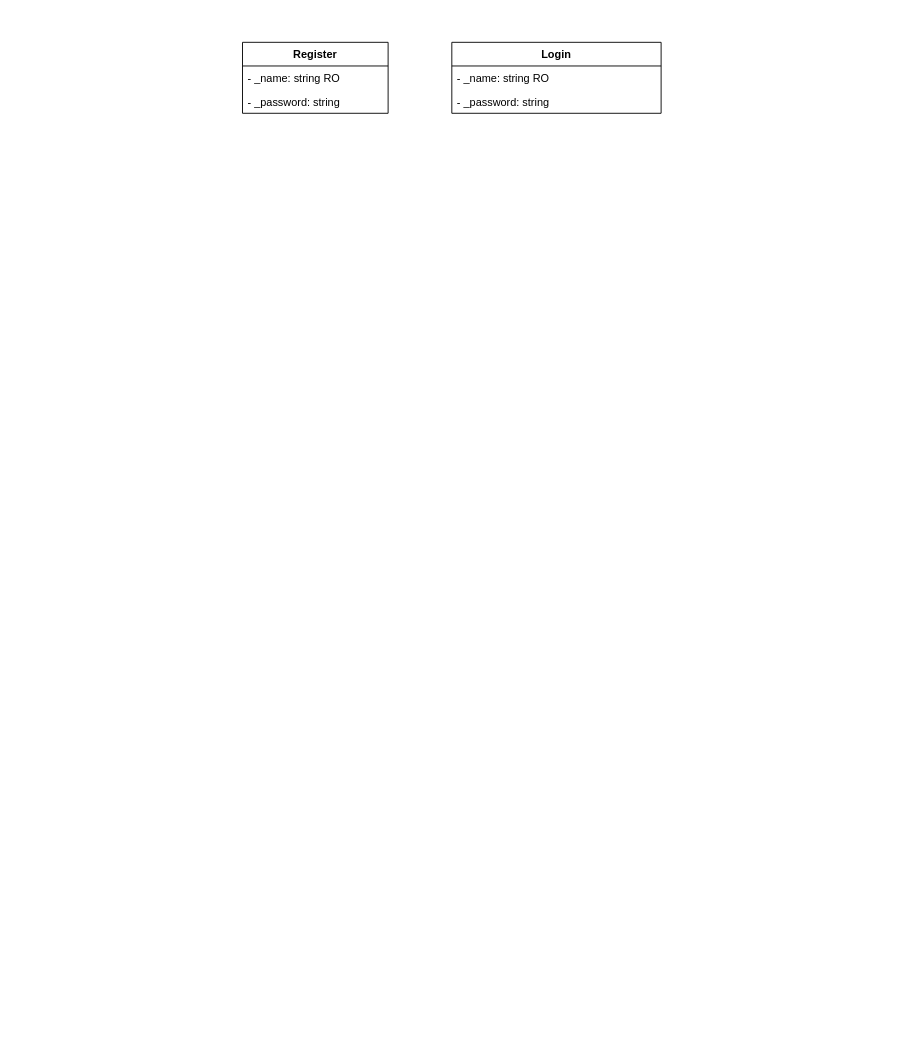
Before: Namnlöst diagram.drawio in MagSandberg/Lab2-EnSimpelButik, a draw.io diagram. Source tidied: cells renumbered, new cells numbered last; positions are measured from the earlier drawing's top-left corner, leaving out a move shared by most shapes. Both pictures are drawn from the tidied source at 91%, with x=0, y=0 at pixel (242, 42).
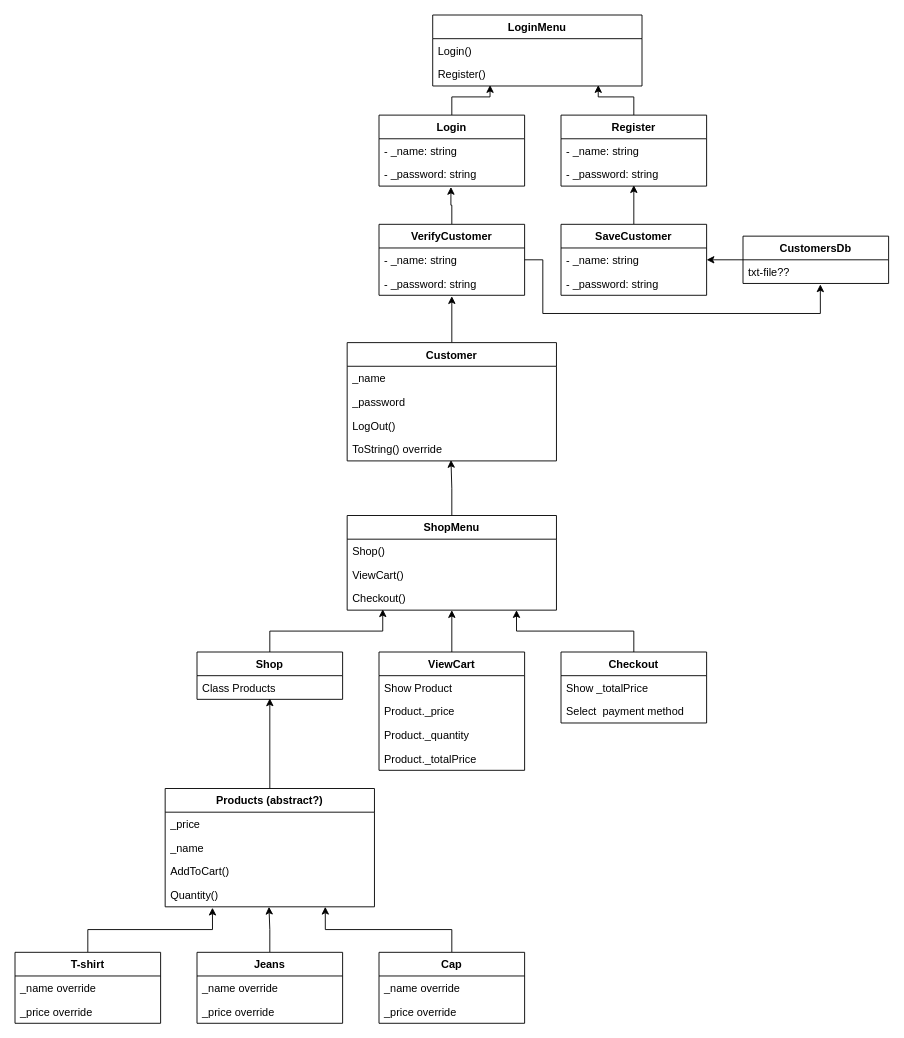
After the change.

The change refers to these unchanged cells:
```xml
<mxCell id="7" value="- _password: string" style="text;strokeColor=none;fillColor=none;align=left;verticalAlign=top;spacingLeft=4;spacingRight=4;overflow=hidden;points=[[0,0.5],[1,0.5]];portConstraint=eastwest;" parent="5" vertex="1">
  <mxGeometry y="52" width="160" height="26" as="geometry" />
</mxCell>
```

Change to the diagram source:
```diff
@@
-    <mxCell id="2" value="Login" style="swimlane;fontStyle=1;align=center;verticalAlign=top;horizontal=1;startSize=26;" parent="1" vertex="1">
-      <mxGeometry x="230" width="230" height="78" as="geometry" />
+    <mxCell id="2" value="LoginMenu" style="swimlane;fontStyle=1;align=center;verticalAlign=top;horizontal=1;startSize=26;" parent="1" vertex="1">
+      <mxGeometry x="209" y="-30" width="230" height="78" as="geometry" />
     </mxCell>
-    <mxCell id="3" value="- _name: string RO" style="text;strokeColor=none;fillColor=none;align=left;verticalAlign=top;spacingLeft=4;spacingRight=4;overflow=hidden;" parent="2" vertex="1">
+    <mxCell id="3" value="Login()" style="text;strokeColor=none;fillColor=none;align=left;verticalAlign=top;spacingLeft=4;spacingRight=4;overflow=hidden;" parent="2" vertex="1">
       <mxGeometry y="26" width="230" height="26" as="geometry" />
     </mxCell>
-    <mxCell id="4" value="- _password: string" style="text;strokeColor=none;fillColor=none;align=left;verticalAlign=top;spacingLeft=4;spacingRight=4;overflow=hidden;points=[[0,0.5],[1,0.5]];portConstraint=eastwest;" parent="2" vertex="1">
+    <mxCell id="4" value="Register()" style="text;strokeColor=none;fillColor=none;align=left;verticalAlign=top;spacingLeft=4;spacingRight=4;overflow=hidden;points=[[0,0.5],[1,0.5]];portConstraint=eastwest;" parent="2" vertex="1">
       <mxGeometry y="52" width="230" height="26" as="geometry" />
     </mxCell>
+    <mxCell id="8" style="edgeStyle=orthogonalEdgeStyle;rounded=0;jettySize=auto;html=1;entryX=0.791;entryY=0.962;entryDx=0;entryDy=0;entryPerimeter=0;" parent="1" edge="1" source="5" target="4">
+      <mxGeometry relative="1" as="geometry" />
+    </mxCell>
     <mxCell id="5" value="Register" style="swimlane;fontStyle=1;align=center;verticalAlign=top;horizontal=1;startSize=26;" parent="1" vertex="1">
-      <mxGeometry width="160" height="78" as="geometry" />
+      <mxGeometry x="350" y="80" width="160" height="78" as="geometry" />
     </mxCell>
-    <mxCell id="6" value="- _name: string RO" style="text;strokeColor=none;fillColor=none;align=left;verticalAlign=top;spacingLeft=4;spacingRight=4;overflow=hidden;" parent="5" vertex="1">
+    <mxCell id="6" value="- _name: string" style="text;strokeColor=none;fillColor=none;align=left;verticalAlign=top;spacingLeft=4;spacingRight=4;overflow=hidden;" parent="5" vertex="1">
       <mxGeometry y="26" width="160" height="26" as="geometry" />
     </mxCell>
@@
+    <mxCell id="9" style="edgeStyle=orthogonalEdgeStyle;rounded=0;jettySize=auto;html=1;entryX=0.274;entryY=0.962;entryDx=0;entryDy=0;entryPerimeter=0;" parent="1" edge="1" source="10" target="4">
+      <mxGeometry relative="1" as="geometry" />
+    </mxCell>
+    <mxCell id="10" value="Login" style="swimlane;fontStyle=1;align=center;verticalAlign=top;horizontal=1;startSize=26;" parent="1" vertex="1">
+      <mxGeometry x="150" y="80" width="160" height="78" as="geometry" />
+    </mxCell>
+    <mxCell id="11" value="- _name: string" style="text;strokeColor=none;fillColor=none;align=left;verticalAlign=top;spacingLeft=4;spacingRight=4;overflow=hidden;" parent="10" vertex="1">
+      <mxGeometry y="26" width="160" height="26" as="geometry" />
+    </mxCell>
+    <mxCell id="12" value="- _password: string" style="text;strokeColor=none;fillColor=none;align=left;verticalAlign=top;spacingLeft=4;spacingRight=4;overflow=hidden;points=[[0,0.5],[1,0.5]];portConstraint=eastwest;" parent="10" vertex="1">
+      <mxGeometry y="52" width="160" height="26" as="geometry" />
+    </mxCell>
+    <mxCell id="13" style="edgeStyle=orthogonalEdgeStyle;rounded=0;jettySize=auto;html=1;entryX=0.5;entryY=0.962;entryDx=0;entryDy=0;entryPerimeter=0;" parent="1" edge="1" source="14" target="7">
+      <mxGeometry relative="1" as="geometry" />
+    </mxCell>
+    <mxCell id="14" value="SaveCustomer" style="swimlane;fontStyle=1;align=center;verticalAlign=top;horizontal=1;startSize=26;" parent="1" vertex="1">
+      <mxGeometry x="350" y="200" width="160" height="78" as="geometry" />
+    </mxCell>
+    <mxCell id="15" value="- _name: string" style="text;strokeColor=none;fillColor=none;align=left;verticalAlign=top;spacingLeft=4;spacingRight=4;overflow=hidden;points=[[0,0.5],[1,0.5]];portConstraint=eastwest;" parent="14" vertex="1">
+      <mxGeometry y="26" width="160" height="26" as="geometry" />
+    </mxCell>
+    <mxCell id="16" value="- _password: string" style="text;strokeColor=none;fillColor=none;align=left;verticalAlign=top;spacingLeft=4;spacingRight=4;overflow=hidden;" parent="14" vertex="1">
+      <mxGeometry y="52" width="160" height="26" as="geometry" />
+    </mxCell>
+    <mxCell id="17" style="edgeStyle=orthogonalEdgeStyle;rounded=0;jettySize=auto;html=1;entryX=0.494;entryY=1.038;entryDx=0;entryDy=0;entryPerimeter=0;" parent="1" edge="1" source="19" target="12">
+      <mxGeometry relative="1" as="geometry" />
+    </mxCell>
+    <mxCell id="18" style="edgeStyle=orthogonalEdgeStyle;rounded=0;jettySize=auto;html=1;entryX=0.531;entryY=1.038;entryDx=0;entryDy=0;entryPerimeter=0;" parent="1" edge="1" source="19" target="66">
+      <mxGeometry relative="1" as="geometry">
+        <Array as="points">
+          <mxPoint x="330" y="239" />
+          <mxPoint x="330" y="298" />
+          <mxPoint x="635" y="298" />
+        </Array>
+      </mxGeometry>
+    </mxCell>
+    <mxCell id="19" value="VerifyCustomer" style="swimlane;fontStyle=1;align=center;verticalAlign=top;horizontal=1;startSize=26;" parent="1" vertex="1">
+      <mxGeometry x="150" y="200" width="160" height="78" as="geometry" />
+    </mxCell>
+    <mxCell id="20" value="- _name: string" style="text;strokeColor=none;fillColor=none;align=left;verticalAlign=top;spacingLeft=4;spacingRight=4;overflow=hidden;" parent="19" vertex="1">
+      <mxGeometry y="26" width="160" height="26" as="geometry" />
+    </mxCell>
+    <mxCell id="21" value="- _password: string" style="text;strokeColor=none;fillColor=none;align=left;verticalAlign=top;spacingLeft=4;spacingRight=4;overflow=hidden;points=[[0,0.5],[1,0.5]];portConstraint=eastwest;" parent="19" vertex="1">
+      <mxGeometry y="52" width="160" height="26" as="geometry" />
+    </mxCell>
+    <mxCell id="22" style="edgeStyle=orthogonalEdgeStyle;rounded=0;jettySize=auto;html=1;entryX=0.496;entryY=0.962;entryDx=0;entryDy=0;entryPerimeter=0;" parent="1" edge="1" source="23" target="63">
+      <mxGeometry relative="1" as="geometry" />
+    </mxCell>
+    <mxCell id="23" value="ShopMenu" style="swimlane;fontStyle=1;align=center;verticalAlign=top;horizontal=1;startSize=26;" parent="1" vertex="1">
+      <mxGeometry x="115" y="520" width="230" height="104" as="geometry" />
+    </mxCell>
+    <mxCell id="24" value="Shop()" style="text;strokeColor=none;fillColor=none;align=left;verticalAlign=top;spacingLeft=4;spacingRight=4;overflow=hidden;" parent="23" vertex="1">
+      <mxGeometry y="26" width="230" height="26" as="geometry" />
+    </mxCell>
+    <mxCell id="25" value="ViewCart()" style="text;strokeColor=none;fillColor=none;align=left;verticalAlign=top;spacingLeft=4;spacingRight=4;overflow=hidden;" parent="23" vertex="1">
+      <mxGeometry y="52" width="230" height="26" as="geometry" />
+    </mxCell>
+    <mxCell id="26" value="Checkout()" style="text;strokeColor=none;fillColor=none;align=left;verticalAlign=top;spacingLeft=4;spacingRight=4;overflow=hidden;points=[[0,0.5],[1,0.5]];portConstraint=eastwest;" parent="23" vertex="1">
+      <mxGeometry y="78" width="230" height="26" as="geometry" />
+    </mxCell>
+    <mxCell id="27" style="edgeStyle=orthogonalEdgeStyle;rounded=0;jettySize=auto;html=1;entryX=0.5;entryY=1;entryDx=0;entryDy=0;entryPerimeter=0;" parent="1" edge="1" source="28" target="26">
+      <mxGeometry relative="1" as="geometry" />
+    </mxCell>
+    <mxCell id="28" value="ViewCart" style="swimlane;fontStyle=1;align=center;verticalAlign=top;horizontal=1;startSize=26;" parent="1" vertex="1">
+      <mxGeometry x="150" y="670" width="160" height="130" as="geometry" />
+    </mxCell>
+    <mxCell id="29" value="Show Product" style="text;strokeColor=none;fillColor=none;align=left;verticalAlign=top;spacingLeft=4;spacingRight=4;overflow=hidden;" parent="28" vertex="1">
+      <mxGeometry y="26" width="160" height="26" as="geometry" />
+    </mxCell>
+    <mxCell id="30" value="Product._price" style="text;strokeColor=none;fillColor=none;align=left;verticalAlign=top;spacingLeft=4;spacingRight=4;overflow=hidden;" parent="28" vertex="1">
+      <mxGeometry y="52" width="160" height="26" as="geometry" />
+    </mxCell>
+    <mxCell id="31" value="Product._quantity" style="text;strokeColor=none;fillColor=none;align=left;verticalAlign=top;spacingLeft=4;spacingRight=4;overflow=hidden;" parent="28" vertex="1">
+      <mxGeometry y="78" width="160" height="26" as="geometry" />
+    </mxCell>
+    <mxCell id="32" value="Product._totalPrice" style="text;strokeColor=none;fillColor=none;align=left;verticalAlign=top;spacingLeft=4;spacingRight=4;overflow=hidden;" parent="28" vertex="1">
+      <mxGeometry y="104" width="160" height="26" as="geometry" />
+    </mxCell>
+    <mxCell id="33" style="edgeStyle=orthogonalEdgeStyle;rounded=0;jettySize=auto;html=1;entryX=0.809;entryY=1;entryDx=0;entryDy=0;entryPerimeter=0;" parent="1" edge="1" source="34" target="26">
+      <mxGeometry relative="1" as="geometry" />
+    </mxCell>
+    <mxCell id="34" value="Checkout" style="swimlane;fontStyle=1;align=center;verticalAlign=top;horizontal=1;startSize=26;" parent="1" vertex="1">
+      <mxGeometry x="350" y="670" width="160" height="78" as="geometry" />
+    </mxCell>
+    <mxCell id="35" value="Show _totalPrice" style="text;strokeColor=none;fillColor=none;align=left;verticalAlign=top;spacingLeft=4;spacingRight=4;overflow=hidden;" parent="34" vertex="1">
+      <mxGeometry y="26" width="160" height="26" as="geometry" />
+    </mxCell>
+    <mxCell id="36" value="Select  payment method" style="text;strokeColor=none;fillColor=none;align=left;verticalAlign=top;spacingLeft=4;spacingRight=4;overflow=hidden;" parent="34" vertex="1">
+      <mxGeometry y="52" width="160" height="26" as="geometry" />
+    </mxCell>
+    <mxCell id="37" style="edgeStyle=orthogonalEdgeStyle;rounded=0;jettySize=auto;html=1;entryX=0.17;entryY=0.962;entryDx=0;entryDy=0;entryPerimeter=0;" parent="1" edge="1" source="38" target="26">
+      <mxGeometry relative="1" as="geometry" />
+    </mxCell>
+    <mxCell id="38" value="Shop" style="swimlane;fontStyle=1;align=center;verticalAlign=top;horizontal=1;startSize=26;" parent="1" vertex="1">
+      <mxGeometry x="-50" y="670" width="160" height="52" as="geometry" />
+    </mxCell>
+    <mxCell id="39" value="Class Products" style="text;strokeColor=none;fillColor=none;align=left;verticalAlign=top;spacingLeft=4;spacingRight=4;overflow=hidden;points=[[0,0.5],[1,0.5]];portConstraint=eastwest;" parent="38" vertex="1">
+      <mxGeometry y="26" width="160" height="26" as="geometry" />
+    </mxCell>
+    <mxCell id="40" style="edgeStyle=orthogonalEdgeStyle;rounded=0;jettySize=auto;html=1;entryX=0.5;entryY=0.962;entryDx=0;entryDy=0;entryPerimeter=0;" parent="1" edge="1" source="41" target="39">
+      <mxGeometry relative="1" as="geometry" />
+    </mxCell>
+    <mxCell id="41" value="Products (abstract?)" style="swimlane;fontStyle=1;align=center;verticalAlign=top;horizontal=1;startSize=26;" parent="1" vertex="1">
+      <mxGeometry x="-85" y="820" width="230" height="130" as="geometry" />
+    </mxCell>
+    <mxCell id="42" value="_price" style="text;strokeColor=none;fillColor=none;align=left;verticalAlign=top;spacingLeft=4;spacingRight=4;overflow=hidden;" parent="41" vertex="1">
+      <mxGeometry y="26" width="230" height="26" as="geometry" />
+    </mxCell>
+    <mxCell id="43" value="_name" style="text;strokeColor=none;fillColor=none;align=left;verticalAlign=top;spacingLeft=4;spacingRight=4;overflow=hidden;" parent="41" vertex="1">
+      <mxGeometry y="52" width="230" height="26" as="geometry" />
+    </mxCell>
+    <mxCell id="44" value="AddToCart()" style="text;strokeColor=none;fillColor=none;align=left;verticalAlign=top;spacingLeft=4;spacingRight=4;overflow=hidden;" parent="41" vertex="1">
+      <mxGeometry y="78" width="230" height="26" as="geometry" />
+    </mxCell>
+    <mxCell id="45" value="Quantity()" style="text;strokeColor=none;fillColor=none;align=left;verticalAlign=top;spacingLeft=4;spacingRight=4;overflow=hidden;points=[[0,0.5],[1,0.5]];portConstraint=eastwest;" parent="41" vertex="1">
+      <mxGeometry y="104" width="230" height="26" as="geometry" />
+    </mxCell>
+    <mxCell id="46" style="edgeStyle=orthogonalEdgeStyle;rounded=0;jettySize=auto;html=1;entryX=0.226;entryY=1.038;entryDx=0;entryDy=0;entryPerimeter=0;" parent="1" edge="1" source="47" target="45">
+      <mxGeometry relative="1" as="geometry" />
+    </mxCell>
+    <mxCell id="47" value="T-shirt" style="swimlane;fontStyle=1;align=center;verticalAlign=top;horizontal=1;startSize=26;" parent="1" vertex="1">
+      <mxGeometry x="-250" y="1000" width="160" height="78" as="geometry" />
+    </mxCell>
+    <mxCell id="48" value="_name override" style="text;strokeColor=none;fillColor=none;align=left;verticalAlign=top;spacingLeft=4;spacingRight=4;overflow=hidden;" parent="47" vertex="1">
+      <mxGeometry y="26" width="160" height="26" as="geometry" />
+    </mxCell>
+    <mxCell id="49" value="_price override" style="text;strokeColor=none;fillColor=none;align=left;verticalAlign=top;spacingLeft=4;spacingRight=4;overflow=hidden;" parent="47" vertex="1">
+      <mxGeometry y="52" width="160" height="26" as="geometry" />
+    </mxCell>
+    <mxCell id="50" style="edgeStyle=orthogonalEdgeStyle;rounded=0;jettySize=auto;html=1;entryX=0.496;entryY=1;entryDx=0;entryDy=0;entryPerimeter=0;" parent="1" edge="1" source="51" target="45">
+      <mxGeometry relative="1" as="geometry" />
+    </mxCell>
+    <mxCell id="51" value="Jeans" style="swimlane;fontStyle=1;align=center;verticalAlign=top;horizontal=1;startSize=26;" parent="1" vertex="1">
+      <mxGeometry x="-50" y="1000" width="160" height="78" as="geometry" />
+    </mxCell>
+    <mxCell id="52" value="_name override" style="text;strokeColor=none;fillColor=none;align=left;verticalAlign=top;spacingLeft=4;spacingRight=4;overflow=hidden;" parent="51" vertex="1">
+      <mxGeometry y="26" width="160" height="26" as="geometry" />
+    </mxCell>
+    <mxCell id="53" value="_price override" style="text;strokeColor=none;fillColor=none;align=left;verticalAlign=top;spacingLeft=4;spacingRight=4;overflow=hidden;" parent="51" vertex="1">
+      <mxGeometry y="52" width="160" height="26" as="geometry" />
+    </mxCell>
+    <mxCell id="54" style="edgeStyle=orthogonalEdgeStyle;rounded=0;jettySize=auto;html=1;entryX=0.765;entryY=1;entryDx=0;entryDy=0;entryPerimeter=0;" parent="1" edge="1" source="55" target="45">
+      <mxGeometry relative="1" as="geometry" />
+    </mxCell>
+    <mxCell id="55" value="Cap" style="swimlane;fontStyle=1;align=center;verticalAlign=top;horizontal=1;startSize=26;" parent="1" vertex="1">
+      <mxGeometry x="150" y="1000" width="160" height="78" as="geometry" />
+    </mxCell>
+    <mxCell id="56" value="_name override" style="text;strokeColor=none;fillColor=none;align=left;verticalAlign=top;spacingLeft=4;spacingRight=4;overflow=hidden;" parent="55" vertex="1">
+      <mxGeometry y="26" width="160" height="26" as="geometry" />
+    </mxCell>
+    <mxCell id="57" value="_price override" style="text;strokeColor=none;fillColor=none;align=left;verticalAlign=top;spacingLeft=4;spacingRight=4;overflow=hidden;" parent="55" vertex="1">
+      <mxGeometry y="52" width="160" height="26" as="geometry" />
+    </mxCell>
+    <mxCell id="58" style="edgeStyle=orthogonalEdgeStyle;rounded=0;jettySize=auto;html=1;entryX=0.5;entryY=1.038;entryDx=0;entryDy=0;entryPerimeter=0;" parent="1" edge="1" source="59" target="21">
+      <mxGeometry relative="1" as="geometry" />
+    </mxCell>
+    <mxCell id="59" value="Customer" style="swimlane;fontStyle=1;align=center;verticalAlign=top;horizontal=1;startSize=26;" parent="1" vertex="1">
+      <mxGeometry x="115" y="330" width="230" height="130" as="geometry" />
+    </mxCell>
+    <mxCell id="60" value="_name" style="text;strokeColor=none;fillColor=none;align=left;verticalAlign=top;spacingLeft=4;spacingRight=4;overflow=hidden;" parent="59" vertex="1">
+      <mxGeometry y="26" width="230" height="26" as="geometry" />
+    </mxCell>
+    <mxCell id="61" value="_password" style="text;strokeColor=none;fillColor=none;align=left;verticalAlign=top;spacingLeft=4;spacingRight=4;overflow=hidden;" parent="59" vertex="1">
+      <mxGeometry y="52" width="230" height="26" as="geometry" />
+    </mxCell>
+    <mxCell id="62" value="LogOut()" style="text;strokeColor=none;fillColor=none;align=left;verticalAlign=top;spacingLeft=4;spacingRight=4;overflow=hidden;" parent="59" vertex="1">
+      <mxGeometry y="78" width="230" height="26" as="geometry" />
+    </mxCell>
+    <mxCell id="63" value="ToString() override" style="text;strokeColor=none;fillColor=none;align=left;verticalAlign=top;spacingLeft=4;spacingRight=4;overflow=hidden;points=[[0,0.5],[1,0.5]];portConstraint=eastwest;" parent="59" vertex="1">
+      <mxGeometry y="104" width="230" height="26" as="geometry" />
+    </mxCell>
+    <mxCell id="64" style="edgeStyle=orthogonalEdgeStyle;rounded=0;jettySize=auto;html=1;entryX=1;entryY=0.5;entryDx=0;entryDy=0;" parent="1" edge="1" source="65" target="15">
+      <mxGeometry relative="1" as="geometry" />
+    </mxCell>
+    <mxCell id="65" value="CustomersDb" style="swimlane;fontStyle=1;align=center;verticalAlign=top;horizontal=1;startSize=26;" parent="1" vertex="1">
+      <mxGeometry x="550" y="213" width="160" height="52" as="geometry" />
+    </mxCell>
+    <mxCell id="66" value="txt-file??" style="text;strokeColor=none;fillColor=none;align=left;verticalAlign=top;spacingLeft=4;spacingRight=4;overflow=hidden;points=[[0,0.5],[1,0.5]];portConstraint=eastwest;" parent="65" vertex="1">
+      <mxGeometry y="26" width="160" height="26" as="geometry" />
+    </mxCell>
```
